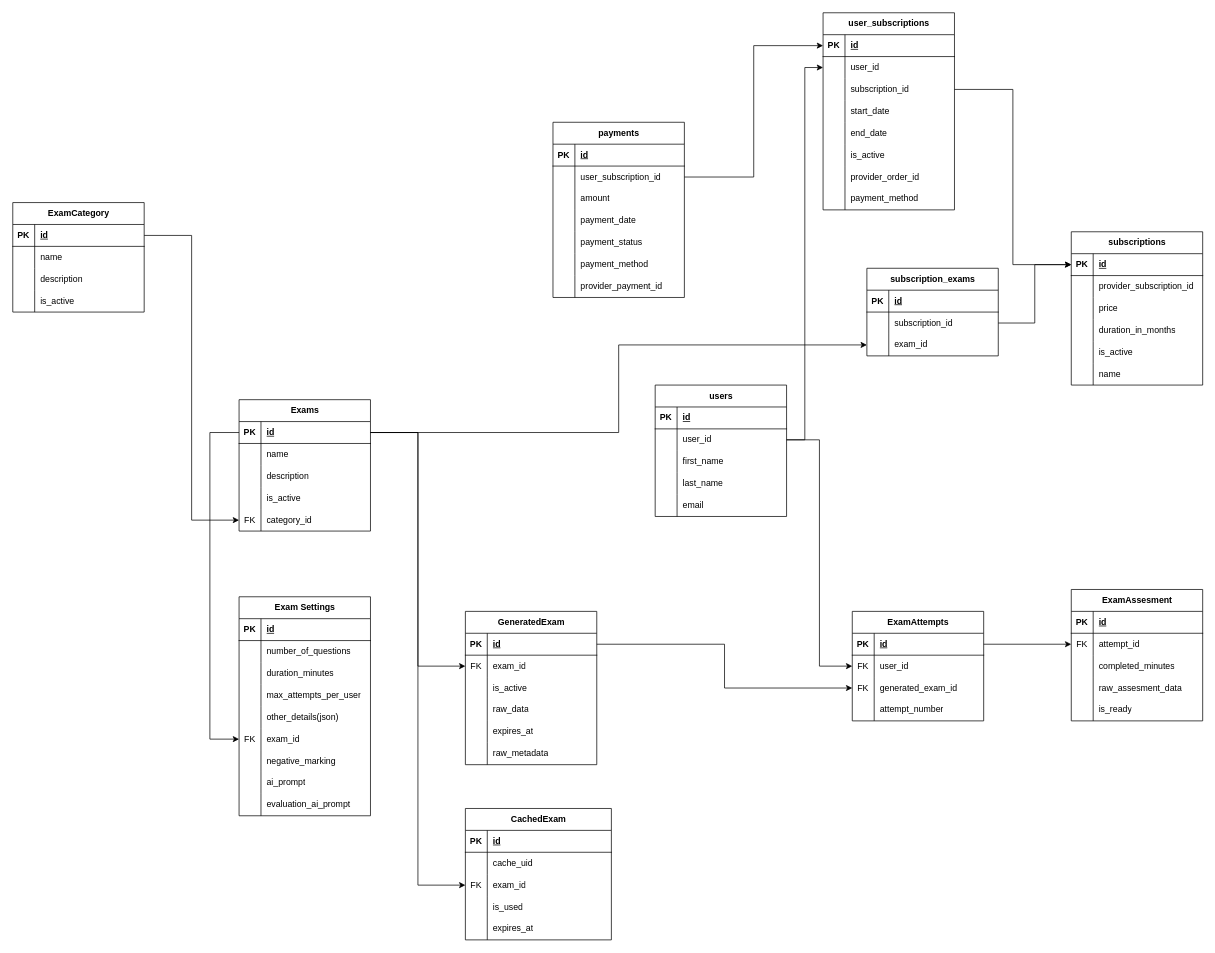
The draw.io diagram page "db schema" (4 of 4) of docs/retest.drawio in Anexca/project-kota, before the edit. Source tidied: cells renumbered, new cells numbered last; positions are measured from the earlier drawing's top-left corner, leaving out a move shared by most shapes. Both pictures are drawn from the tidied source at 73%, with x=0, y=0 at pixel (12, 12).
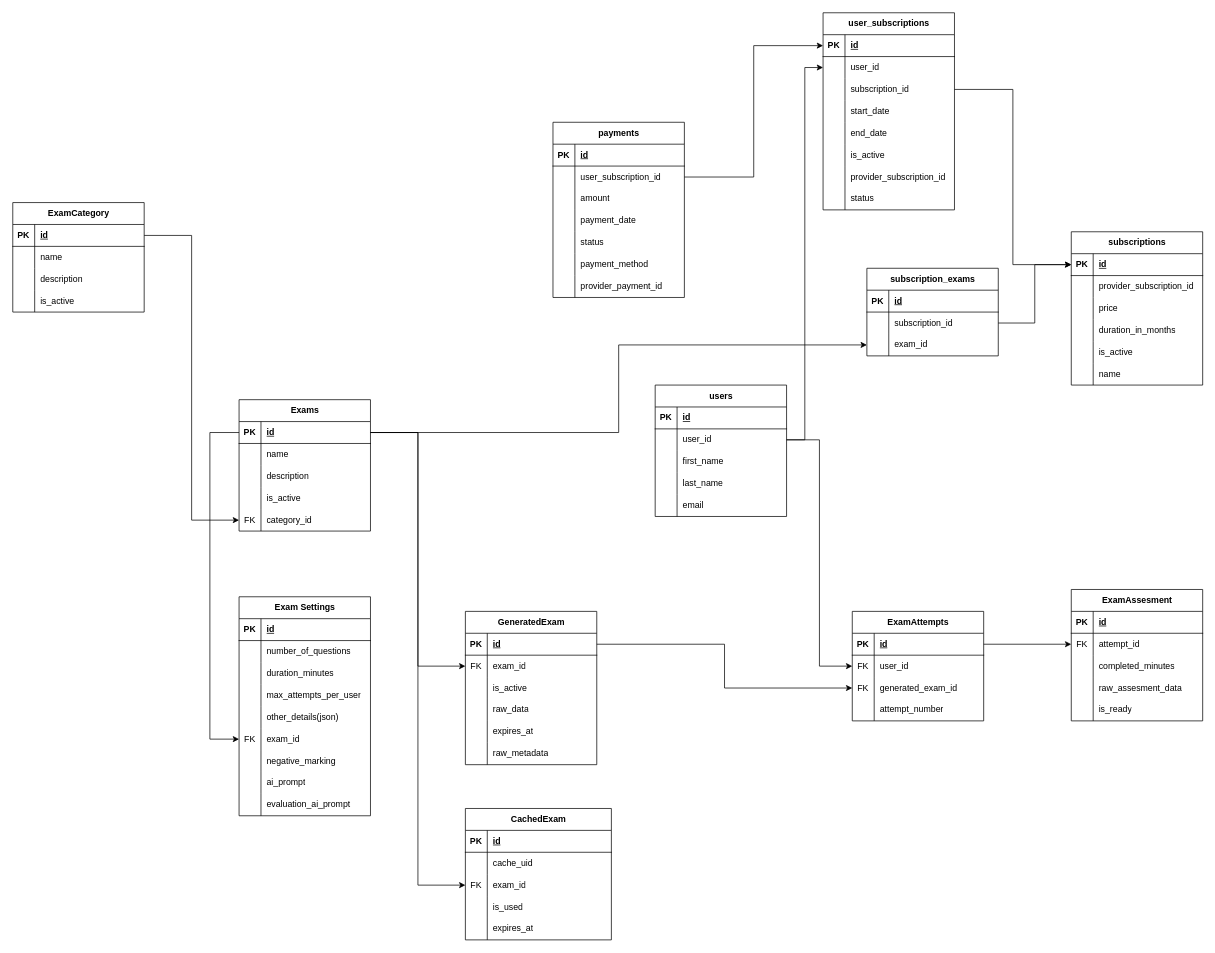
The same page after the edit.

The change refers to these unchanged cells:
```xml
<mxCell id="184" style="shape=tableRow;horizontal=0;startSize=0;swimlaneHead=0;swimlaneBody=0;fillColor=none;top=0;left=0;right=0;bottom=0;" parent="165" vertex="1">
  <mxGeometry y="210" width="180" height="30" as="geometry" />
</mxCell>
<mxCell id="187" style="shape=tableRow;horizontal=0;startSize=0;swimlaneHead=0;swimlaneBody=0;fillColor=none;top=0;left=0;right=0;bottom=0;" parent="165" vertex="1">
  <mxGeometry y="240" width="180" height="30" as="geometry" />
</mxCell>
<mxCell id="217" style="shape=tableRow;horizontal=0;startSize=0;swimlaneHead=0;swimlaneBody=0;fillColor=none;top=0;left=0;right=0;bottom=0;" parent="204" vertex="1">
  <mxGeometry y="150" width="180" height="30" as="geometry" />
</mxCell>
```

Change to the diagram source:
```diff
@@
-    <mxCell id="186" value="provider_order_id" style="shape=partialRectangle;fillColor=none;top=0;left=0;bottom=0;right=0;align=left;spacingLeft=6;overflow=hidden;whiteSpace=wrap;html=1;" parent="184" vertex="1">
+    <mxCell id="186" value="provider_subscription_id" style="shape=partialRectangle;fillColor=none;top=0;left=0;bottom=0;right=0;align=left;spacingLeft=6;overflow=hidden;whiteSpace=wrap;html=1;" parent="184" vertex="1">
       <mxGeometry x="30" width="150" height="30" as="geometry" />
     </mxCell>
@@
-    <mxCell id="189" value="payment_method" style="shape=partialRectangle;fillColor=none;top=0;left=0;bottom=0;right=0;align=left;spacingLeft=6;overflow=hidden;whiteSpace=wrap;html=1;" parent="187" vertex="1">
+    <mxCell id="189" value="status" style="shape=partialRectangle;fillColor=none;top=0;left=0;bottom=0;right=0;align=left;spacingLeft=6;overflow=hidden;whiteSpace=wrap;html=1;" parent="187" vertex="1">
       <mxGeometry x="30" width="150" height="30" as="geometry" />
     </mxCell>
@@
-    <mxCell id="219" value="payment_status" style="shape=partialRectangle;fillColor=none;top=0;left=0;bottom=0;right=0;align=left;spacingLeft=6;overflow=hidden;whiteSpace=wrap;html=1;" parent="217" vertex="1">
+    <mxCell id="219" value="status" style="shape=partialRectangle;fillColor=none;top=0;left=0;bottom=0;right=0;align=left;spacingLeft=6;overflow=hidden;whiteSpace=wrap;html=1;" parent="217" vertex="1">
       <mxGeometry x="30" width="150" height="30" as="geometry" />
     </mxCell>
```
